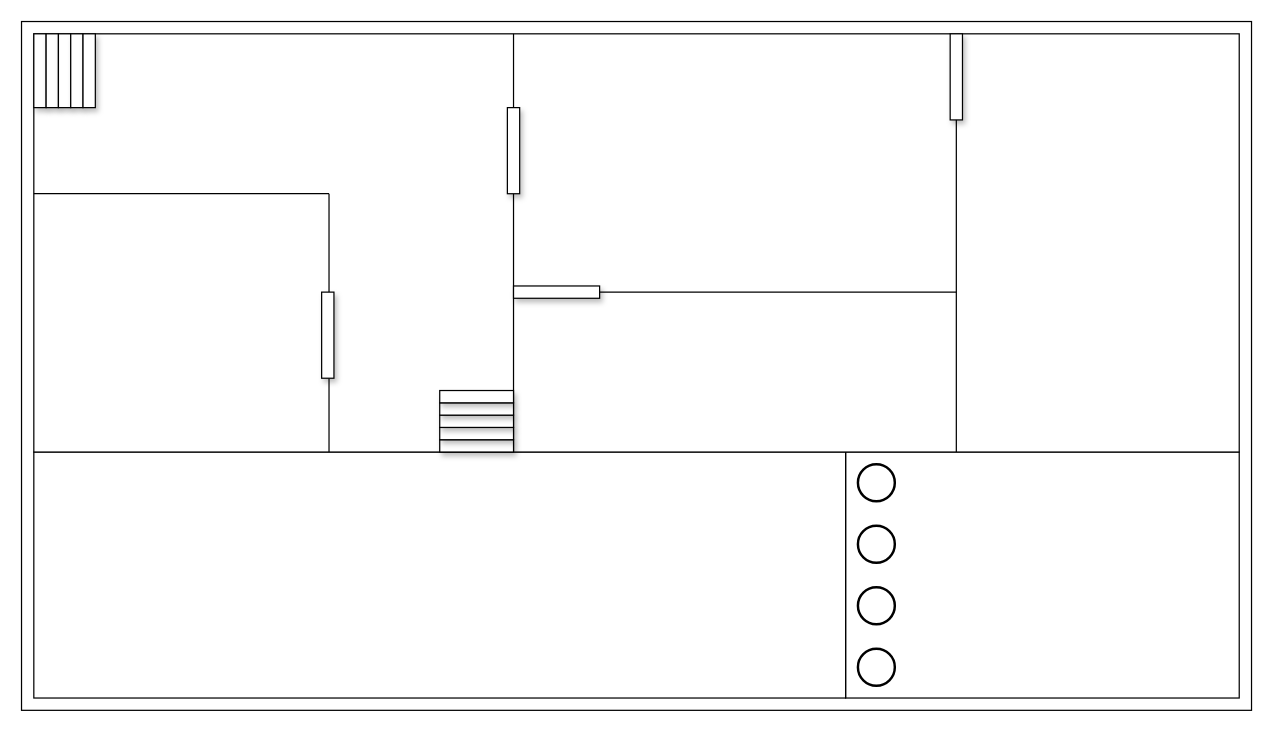
Konitch/Diagram keeps this draw.io diagram as Untitled Diagram.drawio. Above is the earlier version. Source tidied: cells renumbered, new cells numbered last; positions are measured from the earlier drawing's top-left corner, leaving out a move shared by most shapes. Both pictures are drawn from the tidied source at 123%, with x=0, y=0 at pixel (21, 21).
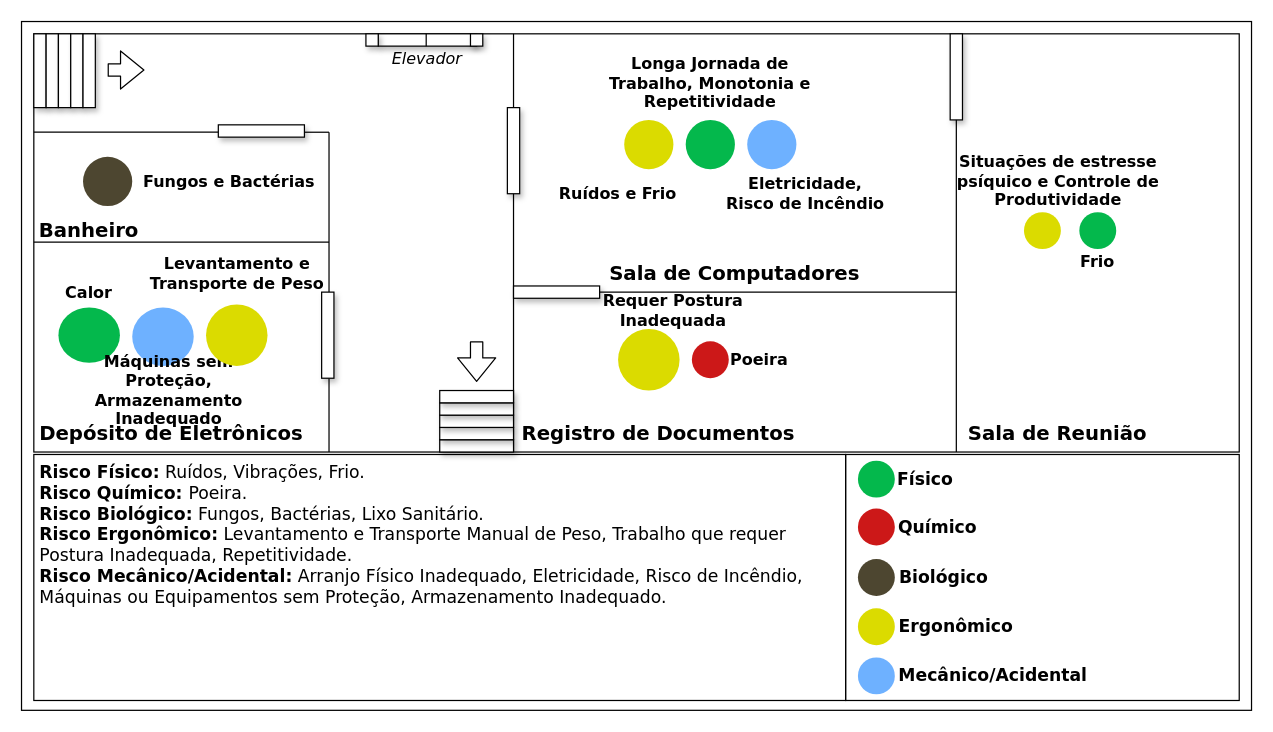
The same diagram, later.

Diff of the diagram source:
```diff
@@
     <mxCell id="3" style="rounded=0;whiteSpace=wrap;html=1;" parent="1" vertex="1">
-      <mxGeometry x="670" y="350" width="320" height="200" as="geometry" />
+      <mxGeometry x="670" y="352" width="320" height="200" as="geometry" />
     </mxCell>
     <mxCell id="4" style="rounded=0;whiteSpace=wrap;html=1;" parent="1" vertex="1">
-      <mxGeometry x="10" y="350" width="660" height="200" as="geometry" />
+      <mxGeometry x="10" y="352" width="660" height="200" as="geometry" />
     </mxCell>
@@
-    <mxCell id="6" style="strokeWidth=2;html=1;shape=mxgraph.flowchart.start_2;whiteSpace=wrap;" parent="1" vertex="1">
-      <mxGeometry x="680" y="360" width="30" height="30" as="geometry" />
+    <mxCell id="6" style="strokeWidth=2;html=1;shape=mxgraph.flowchart.start_2;whiteSpace=wrap;fillColor=#04B84C;strokeColor=none;" parent="1" vertex="1">
+      <mxGeometry x="680" y="357" width="30" height="30" as="geometry" />
     </mxCell>
-    <mxCell id="7" style="strokeWidth=2;html=1;shape=mxgraph.flowchart.start_2;whiteSpace=wrap;" parent="1" vertex="1">
-      <mxGeometry x="680" y="410" width="30" height="30" as="geometry" />
+    <mxCell id="7" style="strokeWidth=2;html=1;shape=mxgraph.flowchart.start_2;whiteSpace=wrap;fillColor=#CC1818;strokeColor=none;" parent="1" vertex="1">
+      <mxGeometry x="680" y="396" width="30" height="30" as="geometry" />
     </mxCell>
-    <mxCell id="8" style="strokeWidth=2;html=1;shape=mxgraph.flowchart.start_2;whiteSpace=wrap;" parent="1" vertex="1">
-      <mxGeometry x="680" y="460" width="30" height="30" as="geometry" />
+    <mxCell id="8" style="strokeWidth=2;html=1;shape=mxgraph.flowchart.start_2;whiteSpace=wrap;fillColor=#4D4630;strokeColor=none;" parent="1" vertex="1">
+      <mxGeometry x="680" y="437" width="30" height="30" as="geometry" />
     </mxCell>
-    <mxCell id="9" style="strokeWidth=2;html=1;shape=mxgraph.flowchart.start_2;whiteSpace=wrap;" parent="1" vertex="1">
-      <mxGeometry x="680" y="510" width="30" height="30" as="geometry" />
+    <mxCell id="9" style="strokeWidth=2;html=1;shape=mxgraph.flowchart.start_2;whiteSpace=wrap;fillColor=#DBDB00;strokeColor=none;" parent="1" vertex="1">
+      <mxGeometry x="680" y="477" width="30" height="30" as="geometry" />
     </mxCell>
@@
     <mxCell id="18" style="endArrow=none;html=1;" parent="1" edge="1">
       <mxGeometry relative="1" as="geometry">
-        <mxPoint x="10" y="140" as="sourcePoint" />
-        <mxPoint x="250" y="140" as="targetPoint" />
+        <mxPoint x="10" y="179.4" as="sourcePoint" />
+        <mxPoint x="250" y="179.4" as="targetPoint" />
       </mxGeometry>
     </mxCell>
     <mxCell id="19" style="endArrow=none;html=1;" parent="1" edge="1">
       <mxGeometry relative="1" as="geometry">
         <mxPoint x="250" y="220" as="sourcePoint" />
-        <mxPoint x="250" y="140" as="targetPoint" />
+        <mxPoint x="250" y="90" as="targetPoint" />
       </mxGeometry>
     </mxCell>
@@
+    <mxCell id="31" style="strokeWidth=2;html=1;shape=mxgraph.flowchart.start_2;whiteSpace=wrap;fillColor=#6EB1FF;strokeColor=none;" parent="1" vertex="1">
+      <mxGeometry x="680" y="517" width="30" height="30" as="geometry" />
+    </mxCell>
+    <mxCell id="32" style="endArrow=none;html=1;" parent="1" edge="1">
+      <mxGeometry relative="1" as="geometry">
+        <mxPoint x="230" y="90" as="sourcePoint" />
+        <mxPoint x="250" y="90" as="targetPoint" />
+      </mxGeometry>
+    </mxCell>
+    <mxCell id="33" style="endArrow=none;html=1;" parent="1" edge="1">
+      <mxGeometry relative="1" as="geometry">
+        <mxPoint x="10" y="90" as="sourcePoint" />
+        <mxPoint x="160" y="90" as="targetPoint" />
+      </mxGeometry>
+    </mxCell>
+    <mxCell id="34" style="rounded=0;whiteSpace=wrap;html=1;shadow=1;" parent="1" vertex="1">
+      <mxGeometry x="160" y="84" width="70" height="10" as="geometry" />
+    </mxCell>
+    <mxCell id="35" style="strokeWidth=2;html=1;shape=mxgraph.flowchart.start_2;whiteSpace=wrap;fillColor=#4D4630;strokeColor=none;" parent="1" vertex="1">
+      <mxGeometry x="50" y="110" width="40" height="40" as="geometry" />
+    </mxCell>
+    <mxCell id="36" value="Físico" style="text;html=1;strokeColor=none;fillColor=none;align=center;verticalAlign=middle;whiteSpace=wrap;rounded=0;shadow=1;fontFamily=Verdana;fontStyle=1;fontSize=14;" parent="1" vertex="1">
+      <mxGeometry x="715" y="362" width="40" height="20" as="geometry" />
+    </mxCell>
+    <mxCell id="37" value="Químico" style="text;html=1;strokeColor=none;fillColor=none;align=center;verticalAlign=middle;whiteSpace=wrap;rounded=0;shadow=1;fontFamily=Verdana;fontStyle=1;fontSize=14;" parent="1" vertex="1">
+      <mxGeometry x="725" y="401" width="40" height="20" as="geometry" />
+    </mxCell>
+    <mxCell id="38" value="Biológico" style="text;html=1;strokeColor=none;fillColor=none;align=center;verticalAlign=middle;whiteSpace=wrap;rounded=0;shadow=1;fontFamily=Verdana;fontStyle=1;fontSize=14;" parent="1" vertex="1">
+      <mxGeometry x="730" y="442" width="40" height="20" as="geometry" />
+    </mxCell>
+    <mxCell id="39" value="Ergonômico" style="text;html=1;strokeColor=none;fillColor=none;align=center;verticalAlign=middle;whiteSpace=wrap;rounded=0;shadow=1;fontFamily=Verdana;fontStyle=1;fontSize=14;" parent="1" vertex="1">
+      <mxGeometry x="740" y="482" width="40" height="20" as="geometry" />
+    </mxCell>
+    <mxCell id="40" value="Mecânico/Acidental" style="text;html=1;strokeColor=none;fillColor=none;align=center;verticalAlign=middle;whiteSpace=wrap;rounded=0;shadow=1;fontFamily=Verdana;fontStyle=1;fontSize=14;" parent="1" vertex="1">
+      <mxGeometry x="770" y="522" width="40" height="20" as="geometry" />
+    </mxCell>
+    <mxCell id="41" value="Banheiro" style="text;html=1;strokeColor=none;fillColor=none;align=center;verticalAlign=middle;whiteSpace=wrap;rounded=0;shadow=1;fontFamily=Verdana;fontStyle=1;fontSize=16;" parent="1" vertex="1">
+      <mxGeometry x="35" y="160" width="40" height="20" as="geometry" />
+    </mxCell>
+    <mxCell id="42" value="Sala de Computadores" style="text;html=1;strokeColor=none;fillColor=none;align=center;verticalAlign=middle;whiteSpace=wrap;rounded=0;shadow=1;fontFamily=Verdana;fontStyle=1;fontSize=16;" parent="1" vertex="1">
+      <mxGeometry x="470" y="195" width="220" height="20" as="geometry" />
+    </mxCell>
+    <mxCell id="43" value="Depósito de Eletrônicos" style="text;html=1;strokeColor=none;fillColor=none;align=center;verticalAlign=middle;whiteSpace=wrap;rounded=0;shadow=1;fontFamily=Verdana;fontStyle=1;fontSize=16;" parent="1" vertex="1">
+      <mxGeometry x="12.5" y="325" width="217.5" height="20" as="geometry" />
+    </mxCell>
+    <mxCell id="44" value="Registro de Documentos" style="text;html=1;strokeColor=none;fillColor=none;align=center;verticalAlign=middle;whiteSpace=wrap;rounded=0;shadow=1;fontFamily=Verdana;fontStyle=1;fontSize=16;" parent="1" vertex="1">
+      <mxGeometry x="405" y="325" width="226" height="20" as="geometry" />
+    </mxCell>
+    <mxCell id="45" value="Sala de Reunião" style="text;html=1;strokeColor=none;fillColor=none;align=center;verticalAlign=middle;whiteSpace=wrap;rounded=0;shadow=1;fontFamily=Verdana;fontStyle=1;fontSize=16;" parent="1" vertex="1">
+      <mxGeometry x="765" y="325" width="155" height="20" as="geometry" />
+    </mxCell>
+    <mxCell id="46" style="shape=flexArrow;endArrow=classic;html=1;fontFamily=Verdana;fontSize=16;" parent="1" edge="1">
+      <mxGeometry relative="1" as="geometry">
+        <mxPoint x="70" y="39.4" as="sourcePoint" />
+        <mxPoint x="100" y="39.4" as="targetPoint" />
+      </mxGeometry>
+    </mxCell>
+    <mxCell id="47" style="shape=flexArrow;endArrow=classic;html=1;fontFamily=Verdana;fontSize=16;entryX=0.5;entryY=1;entryDx=0;entryDy=0;" parent="1" edge="1">
+      <mxGeometry relative="1" as="geometry">
+        <mxPoint x="370" y="260" as="sourcePoint" />
+        <mxPoint x="370" y="293" as="targetPoint" />
+      </mxGeometry>
+    </mxCell>
+    <mxCell id="48" style="rounded=0;whiteSpace=wrap;html=1;shadow=1;" parent="1" vertex="1">
+      <mxGeometry x="290" y="10" width="80" height="10" as="geometry" />
+    </mxCell>
+    <mxCell id="49" style="rounded=0;whiteSpace=wrap;html=1;shadow=1;" parent="1" vertex="1">
+      <mxGeometry x="365" y="10" width="10" height="10" as="geometry" />
+    </mxCell>
+    <mxCell id="50" style="rounded=0;whiteSpace=wrap;html=1;shadow=1;" parent="1" vertex="1">
+      <mxGeometry x="280" y="10" width="10" height="10" as="geometry" />
+    </mxCell>
+    <mxCell id="51" style="endArrow=none;html=1;fontFamily=Verdana;fontSize=16;" parent="1" edge="1">
+      <mxGeometry relative="1" as="geometry">
+        <mxPoint x="329" y="20" as="sourcePoint" />
+        <mxPoint x="329" y="10" as="targetPoint" />
+      </mxGeometry>
+    </mxCell>
+    <mxCell id="52" value="Elevador" style="text;html=1;strokeColor=none;fillColor=none;align=center;verticalAlign=middle;whiteSpace=wrap;rounded=0;shadow=1;fontFamily=Verdana;fontSize=13;fontStyle=2;" parent="1" vertex="1">
+      <mxGeometry x="310" y="20" width="40" height="20" as="geometry" />
+    </mxCell>
+    <mxCell id="53" style="strokeWidth=2;html=1;shape=mxgraph.flowchart.start_2;whiteSpace=wrap;fillColor=#DBDB00;strokeColor=none;" parent="1" vertex="1">
+      <mxGeometry x="490" y="80" width="40" height="40" as="geometry" />
+    </mxCell>
+    <mxCell id="54" style="strokeWidth=2;html=1;shape=mxgraph.flowchart.start_2;whiteSpace=wrap;fillColor=#04B84C;strokeColor=none;" parent="1" vertex="1">
+      <mxGeometry x="540" y="80" width="40" height="40" as="geometry" />
+    </mxCell>
+    <mxCell id="55" style="strokeWidth=2;html=1;shape=mxgraph.flowchart.start_2;whiteSpace=wrap;fillColor=#DBDB00;strokeColor=none;" parent="1" vertex="1">
+      <mxGeometry x="485" y="250" width="50" height="50" as="geometry" />
+    </mxCell>
+    <mxCell id="56" style="strokeWidth=2;html=1;shape=mxgraph.flowchart.start_2;whiteSpace=wrap;fillColor=#04B84C;strokeColor=none;" parent="1" vertex="1">
+      <mxGeometry x="30" y="232.5" width="50" height="45" as="geometry" />
+    </mxCell>
+    <mxCell id="57" style="strokeWidth=2;html=1;shape=mxgraph.flowchart.start_2;whiteSpace=wrap;fillColor=#6EB1FF;strokeColor=none;" parent="1" vertex="1">
+      <mxGeometry x="90" y="232.5" width="50" height="47.5" as="geometry" />
+    </mxCell>
+    <mxCell id="58" style="strokeWidth=2;html=1;shape=mxgraph.flowchart.start_2;whiteSpace=wrap;fillColor=#DBDB00;strokeColor=none;" parent="1" vertex="1">
+      <mxGeometry x="815" y="155" width="30" height="30" as="geometry" />
+    </mxCell>
+    <mxCell id="59" style="strokeWidth=2;html=1;shape=mxgraph.flowchart.start_2;whiteSpace=wrap;fillColor=#04B84C;strokeColor=none;" parent="1" vertex="1">
+      <mxGeometry x="860" y="155" width="30" height="30" as="geometry" />
+    </mxCell>
+    <mxCell id="60" value="&lt;font style=&quot;font-size: 14px&quot;&gt;&lt;b&gt;Risco Físico:&lt;/b&gt; Ruídos, Vibrações, Frio.&lt;br&gt;&lt;b&gt;Risco Químico: &lt;/b&gt;Poeira.&lt;br&gt;&lt;b&gt;Risco Biológico:&lt;/b&gt;&amp;nbsp;Fungos, Bactérias, Lixo Sanitário.&lt;br&gt;&lt;b&gt;Risco Ergonômico:&lt;/b&gt; Levantamento e Transporte Manual de Peso, Trabalho que requer Postura Inadequada, Repetitividade.&lt;br&gt;&lt;b&gt;Risco Mecânico/Acidental:&lt;/b&gt; Arranjo Físico Inadequado, Eletricidade, Risco de Incêndio, Máquinas ou Equipamentos sem Proteção, Armazenamento Inadequado.&lt;/font&gt;" style="text;html=1;strokeColor=none;fillColor=none;align=left;verticalAlign=top;whiteSpace=wrap;rounded=0;shadow=1;fontFamily=Verdana;fontSize=13;" parent="1" vertex="1">
+      <mxGeometry x="12.5" y="352" width="657.5" height="198" as="geometry" />
+    </mxCell>
+    <mxCell id="61" style="strokeWidth=2;html=1;shape=mxgraph.flowchart.start_2;whiteSpace=wrap;fillColor=#CC1818;strokeColor=none;" parent="1" vertex="1">
+      <mxGeometry x="545" y="260" width="30" height="30" as="geometry" />
+    </mxCell>
+    <mxCell id="62" style="strokeWidth=2;html=1;shape=mxgraph.flowchart.start_2;whiteSpace=wrap;fillColor=#6EB1FF;strokeColor=none;" parent="1" vertex="1">
+      <mxGeometry x="590" y="80" width="40" height="40" as="geometry" />
+    </mxCell>
+    <mxCell id="63" value="Fungos e Bactérias" style="text;html=1;strokeColor=none;fillColor=none;align=center;verticalAlign=middle;whiteSpace=wrap;rounded=0;shadow=1;fontFamily=Verdana;fontSize=13;fontStyle=1;" parent="1" vertex="1">
+      <mxGeometry x="94" y="120" width="150" height="20" as="geometry" />
+    </mxCell>
+    <mxCell id="64" value="Ruídos e Frio" style="text;html=1;strokeColor=none;fillColor=none;align=center;verticalAlign=middle;whiteSpace=wrap;rounded=0;shadow=1;fontFamily=Verdana;fontSize=13;fontStyle=1;" parent="1" vertex="1">
+      <mxGeometry x="435" y="130" width="100" height="20" as="geometry" />
+    </mxCell>
+    <mxCell id="65" value="Longa Jornada de Trabalho, Monotonia e Repetitividade" style="text;html=1;strokeColor=none;fillColor=none;align=center;verticalAlign=middle;whiteSpace=wrap;rounded=0;shadow=1;fontFamily=Verdana;fontSize=13;fontStyle=1;" parent="1" vertex="1">
+      <mxGeometry x="465" y="40" width="190" height="20" as="geometry" />
+    </mxCell>
+    <mxCell id="66" value="Eletricidade, Risco de Incêndio" style="text;html=1;strokeColor=none;fillColor=none;align=center;verticalAlign=middle;whiteSpace=wrap;rounded=0;shadow=1;fontFamily=Verdana;fontSize=13;fontStyle=1;" parent="1" vertex="1">
+      <mxGeometry x="570" y="130" width="135" height="20" as="geometry" />
+    </mxCell>
+    <mxCell id="67" value="Calor" style="text;html=1;strokeColor=none;fillColor=none;align=center;verticalAlign=middle;whiteSpace=wrap;rounded=0;shadow=1;fontFamily=Verdana;fontSize=13;fontStyle=1;" parent="1" vertex="1">
+      <mxGeometry x="35" y="210" width="40" height="20" as="geometry" />
+    </mxCell>
+    <mxCell id="68" value="Máquinas sem Proteção, Armazenamento Inadequado" style="text;html=1;strokeColor=none;fillColor=none;align=center;verticalAlign=middle;whiteSpace=wrap;rounded=0;shadow=1;fontFamily=Verdana;fontSize=13;fontStyle=1;" parent="1" vertex="1">
+      <mxGeometry x="30" y="290" width="180" height="20" as="geometry" />
+    </mxCell>
+    <mxCell id="69" value="Requer Postura Inadequada" style="text;html=1;strokeColor=none;fillColor=none;align=center;verticalAlign=middle;whiteSpace=wrap;rounded=0;shadow=1;fontFamily=Verdana;fontSize=13;fontStyle=1;" parent="1" vertex="1">
+      <mxGeometry x="470" y="225" width="120" height="20" as="geometry" />
+    </mxCell>
+    <mxCell id="70" style="strokeWidth=2;html=1;shape=mxgraph.flowchart.start_2;whiteSpace=wrap;fillColor=#DBDB00;strokeColor=none;" parent="1" vertex="1">
+      <mxGeometry x="150" y="230" width="50" height="50" as="geometry" />
+    </mxCell>
+    <mxCell id="71" value="Levantamento e Transporte de Peso" style="text;html=1;strokeColor=none;fillColor=none;align=center;verticalAlign=middle;whiteSpace=wrap;rounded=0;shadow=1;fontFamily=Verdana;fontSize=13;fontStyle=1;" parent="1" vertex="1">
+      <mxGeometry x="102.5" y="195" width="145" height="20" as="geometry" />
+    </mxCell>
+    <mxCell id="72" value="Poeira" style="text;html=1;strokeColor=none;fillColor=none;align=center;verticalAlign=middle;whiteSpace=wrap;rounded=0;shadow=1;fontFamily=Verdana;fontSize=13;fontStyle=1;" parent="1" vertex="1">
+      <mxGeometry x="580" y="265" width="40" height="20" as="geometry" />
+    </mxCell>
+    <mxCell id="73" value="Frio" style="text;html=1;strokeColor=none;fillColor=none;align=center;verticalAlign=middle;whiteSpace=wrap;rounded=0;shadow=1;fontFamily=Verdana;fontSize=13;fontStyle=1;" parent="1" vertex="1">
+      <mxGeometry x="855" y="185" width="40" height="20" as="geometry" />
+    </mxCell>
+    <mxCell id="74" value="Situações de estresse psíquico e Controle de Produtividade" style="text;html=1;strokeColor=none;fillColor=none;align=center;verticalAlign=middle;whiteSpace=wrap;rounded=0;shadow=1;fontFamily=Verdana;fontSize=13;fontStyle=1;" parent="1" vertex="1">
+      <mxGeometry x="732.5" y="120" width="220" height="20" as="geometry" />
+    </mxCell>
```
